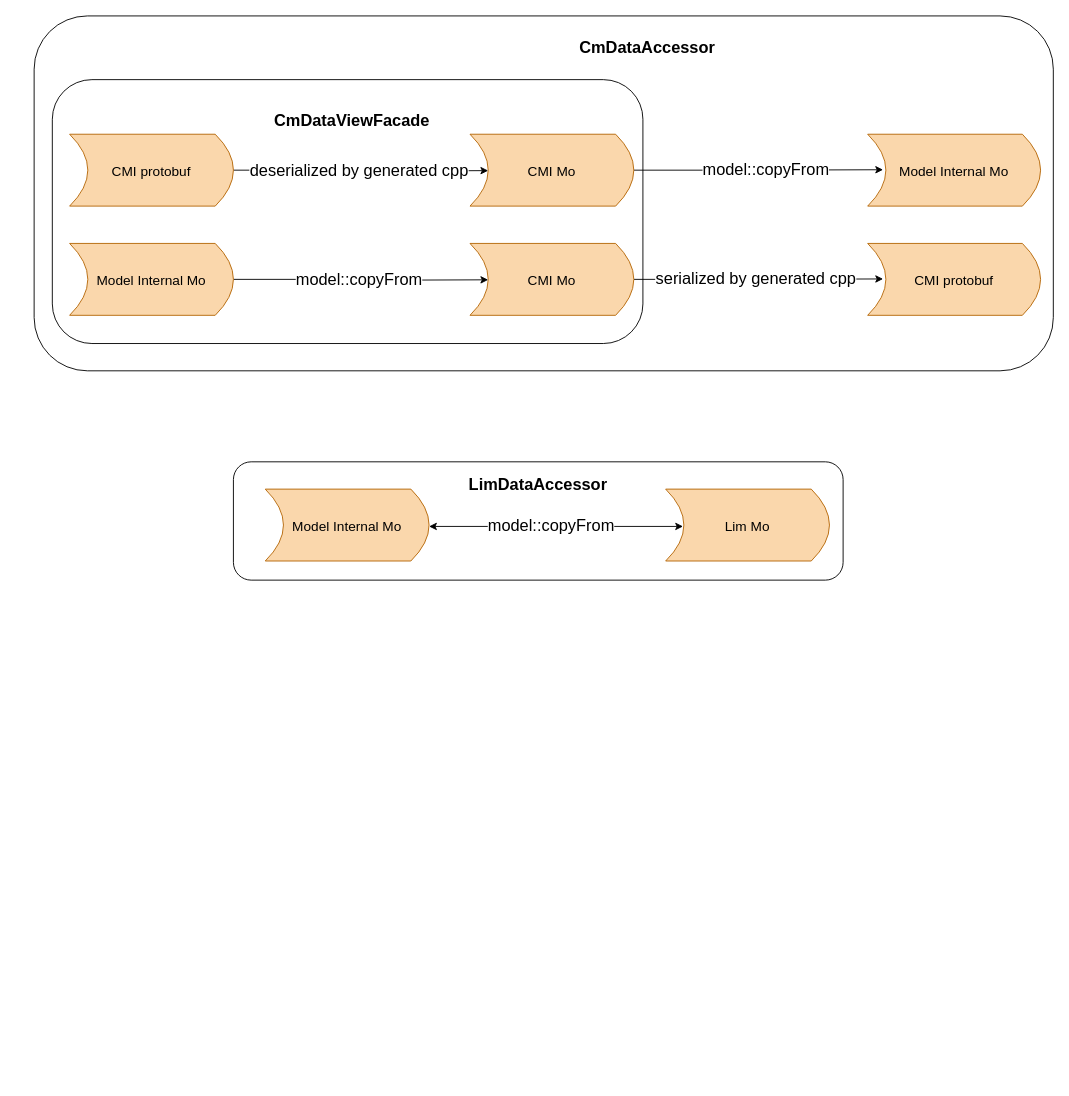
Before: cloud_model.drawio in xdlhzdh/drawio, a draw.io diagram. Source tidied: cells renumbered, new cells numbered last; positions are measured from the earlier drawing's top-left corner, leaving out a move shared by most shapes. Both pictures are drawn from the tidied source at 91%, with x=0, y=0 at pixel (34, 15).
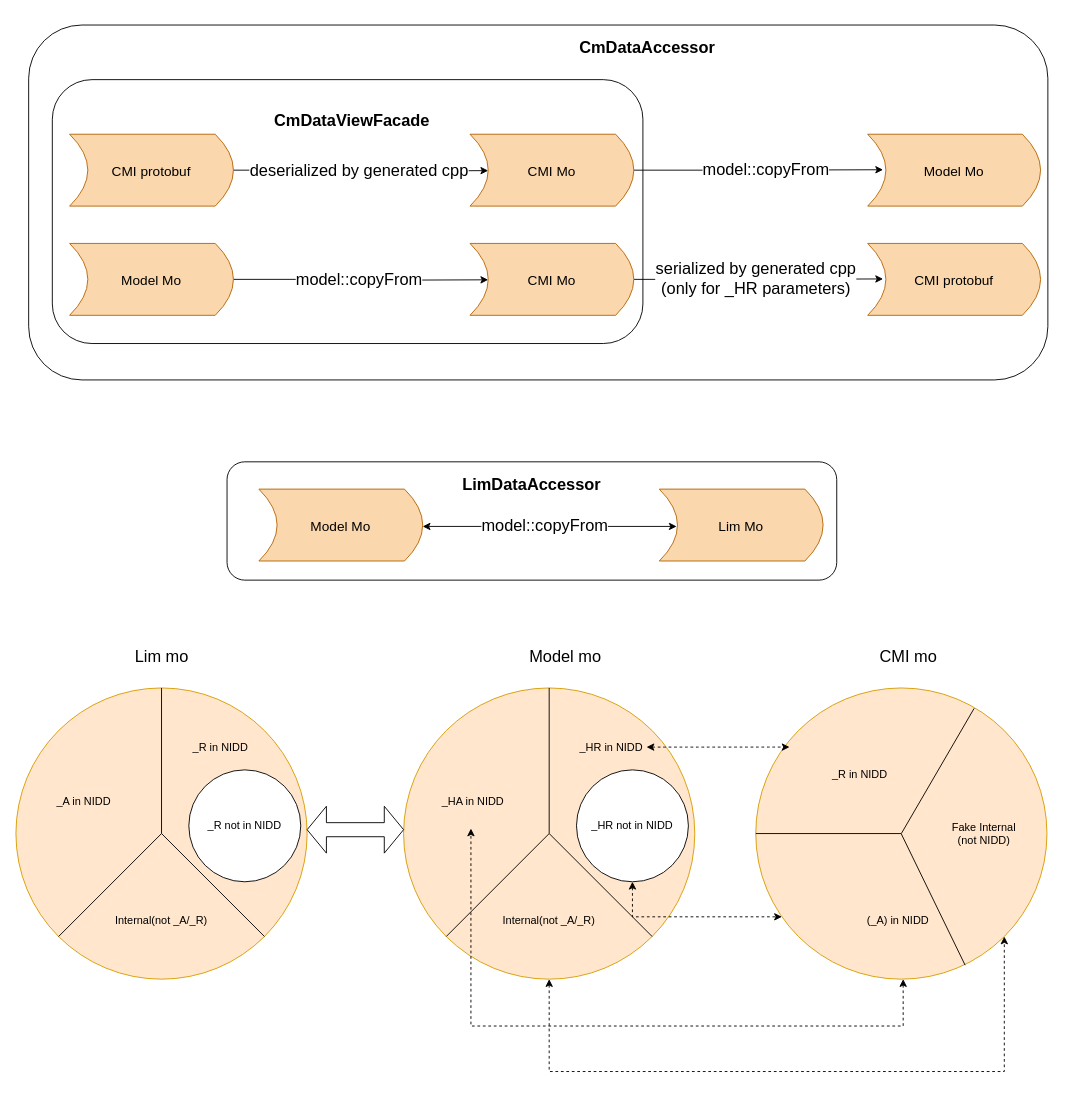
Above is the later version.

Unchanged cells that the change refers to:
```xml
<mxCell id="12" style="edgeStyle=orthogonalEdgeStyle;rounded=0;jettySize=auto;html=1;entryX=0.911;entryY=0.494;entryDx=0;entryDy=0;entryPerimeter=0;fontSize=15;" parent="1" edge="1" source="14" target="18">
  <mxGeometry relative="1" as="geometry" />
</mxCell>
```

The edit, as a diff of the source:
```diff
@@
     <mxCell id="2" style="rounded=1;whiteSpace=wrap;html=1;fontSize=18;fontColor=#00CC00;" parent="1" vertex="1">
-      <mxGeometry x="219" y="490" width="670" height="130" as="geometry" />
+      <mxGeometry x="212" y="490" width="670" height="130" as="geometry" />
     </mxCell>
     <mxCell id="3" style="rounded=1;whiteSpace=wrap;html=1;fontSize=18;" parent="1" vertex="1">
-      <mxGeometry width="1120" height="390" as="geometry" />
+      <mxGeometry x="-6" y="10" width="1120" height="390" as="geometry" />
     </mxCell>
@@
-    <mxCell id="11" value="Model Internal Mo" style="shape=dataStorage;whiteSpace=wrap;html=1;fixedSize=1;flipH=1;fontSize=15;fillColor=#fad7ac;strokeColor=#b46504;" parent="1" vertex="1">
+    <mxCell id="11" value="Model Mo" style="shape=dataStorage;whiteSpace=wrap;html=1;fixedSize=1;flipH=1;fontSize=15;fillColor=#fad7ac;strokeColor=#b46504;" parent="1" vertex="1">
       <mxGeometry x="916" y="130" width="190" height="79" as="geometry" />
     </mxCell>
@@
-    <mxCell id="13" value="serialized by generated cpp" style="edgeLabel;html=1;align=center;verticalAlign=middle;fontSize=18;" parent="12" vertex="1">
+    <mxCell id="13" value="serialized by generated cpp&lt;br&gt;(only for _HR parameters)" style="edgeLabel;html=1;align=center;verticalAlign=middle;fontSize=18;" parent="12" vertex="1">
       <mxGeometry x="0.06" y="-1" relative="1" as="geometry">
         <mxPoint x="-11" y="-2" as="offset" />
       </mxGeometry>
     </mxCell>
@@
-    <mxCell id="17" value="Model Internal Mo" style="shape=dataStorage;whiteSpace=wrap;html=1;fixedSize=1;flipH=1;fontSize=15;fillColor=#fad7ac;strokeColor=#b46504;" parent="1" vertex="1">
+    <mxCell id="17" value="Model Mo" style="shape=dataStorage;whiteSpace=wrap;html=1;fixedSize=1;flipH=1;fontSize=15;fillColor=#fad7ac;strokeColor=#b46504;" parent="1" vertex="1">
       <mxGeometry x="39" y="250" width="180" height="79" as="geometry" />
     </mxCell>
@@
     <mxCell id="19" value="Lim Mo" style="shape=dataStorage;whiteSpace=wrap;html=1;fixedSize=1;flipH=1;fontSize=15;fillColor=#fad7ac;strokeColor=#b46504;" parent="1" vertex="1">
-      <mxGeometry x="694" y="520" width="180" height="79" as="geometry" />
+      <mxGeometry x="687" y="520" width="180" height="79" as="geometry" />
     </mxCell>
-    <mxCell id="20" value="Model Internal Mo" style="shape=dataStorage;whiteSpace=wrap;html=1;fixedSize=1;flipH=1;fontSize=15;fillColor=#fad7ac;strokeColor=#b46504;" parent="1" vertex="1">
-      <mxGeometry x="254" y="520" width="180" height="79" as="geometry" />
+    <mxCell id="20" value="Model Mo" style="shape=dataStorage;whiteSpace=wrap;html=1;fixedSize=1;flipH=1;fontSize=15;fillColor=#fad7ac;strokeColor=#b46504;" parent="1" vertex="1">
+      <mxGeometry x="247" y="520" width="180" height="79" as="geometry" />
     </mxCell>
     <mxCell id="21" style="endArrow=classic;startArrow=classic;html=1;rounded=0;fontSize=18;entryX=0.894;entryY=0.519;entryDx=0;entryDy=0;entryPerimeter=0;" parent="1" edge="1" target="19">
       <mxGeometry relative="1" as="geometry">
-        <mxPoint x="434" y="561" as="sourcePoint" />
+        <mxPoint x="427" y="561" as="sourcePoint" />
       </mxGeometry>
     </mxCell>
@@
     <mxCell id="25" value="LimDataAccessor" style="text;html=1;strokeColor=none;fillColor=none;align=center;verticalAlign=middle;whiteSpace=wrap;rounded=0;fontSize=18;fontStyle=1;" parent="1" vertex="1">
-      <mxGeometry x="479" y="500" width="150" height="30" as="geometry" />
+      <mxGeometry x="472" y="500" width="150" height="30" as="geometry" />
     </mxCell>
+    <mxCell id="26" style="ellipse;whiteSpace=wrap;html=1;fillColor=#ffe6cc;strokeColor=#d79b00;" parent="1" vertex="1">
+      <mxGeometry x="406" y="738.5" width="320" height="320" as="geometry" />
+    </mxCell>
+    <mxCell id="27" style="endArrow=none;html=1;rounded=0;exitX=0.5;exitY=0;exitDx=0;exitDy=0;" parent="1" edge="1" source="26">
+      <mxGeometry relative="1" as="geometry">
+        <mxPoint x="566" y="898.5" as="targetPoint" />
+      </mxGeometry>
+    </mxCell>
+    <mxCell id="28" value="_HA in NIDD" style="text;html=1;strokeColor=none;fillColor=none;align=center;verticalAlign=middle;whiteSpace=wrap;rounded=0;" parent="1" vertex="1">
+      <mxGeometry x="446" y="848.5" width="73" height="30" as="geometry" />
+    </mxCell>
+    <mxCell id="29" value="_HR in NIDD" style="text;html=1;strokeColor=none;fillColor=none;align=center;verticalAlign=middle;whiteSpace=wrap;rounded=0;" parent="1" vertex="1">
+      <mxGeometry x="596" y="788.5" width="77" height="30" as="geometry" />
+    </mxCell>
+    <mxCell id="30" value="_HR not in NIDD" style="ellipse;whiteSpace=wrap;html=1;" parent="1" vertex="1">
+      <mxGeometry x="596" y="828.5" width="123" height="123" as="geometry" />
+    </mxCell>
+    <mxCell id="31" style="endArrow=none;html=1;rounded=0;exitX=0;exitY=1;exitDx=0;exitDy=0;" parent="1" edge="1" source="26">
+      <mxGeometry relative="1" as="geometry">
+        <mxPoint x="566" y="898.5" as="targetPoint" />
+      </mxGeometry>
+    </mxCell>
+    <mxCell id="32" style="endArrow=none;html=1;rounded=0;entryX=1;entryY=1;entryDx=0;entryDy=0;" parent="1" edge="1" target="26">
+      <mxGeometry relative="1" as="geometry">
+        <mxPoint x="566" y="898.5" as="sourcePoint" />
+      </mxGeometry>
+    </mxCell>
+    <mxCell id="33" value="Internal(not _A/_R)" style="text;html=1;strokeColor=none;fillColor=none;align=center;verticalAlign=middle;whiteSpace=wrap;rounded=0;" parent="1" vertex="1">
+      <mxGeometry x="511" y="978.5" width="110" height="30" as="geometry" />
+    </mxCell>
+    <mxCell id="34" style="ellipse;whiteSpace=wrap;html=1;fillColor=#ffe6cc;strokeColor=#d79b00;" parent="1" vertex="1">
+      <mxGeometry x="-20" y="738.5" width="320" height="320" as="geometry" />
+    </mxCell>
+    <mxCell id="35" style="endArrow=none;html=1;rounded=0;exitX=0.5;exitY=0;exitDx=0;exitDy=0;" parent="1" edge="1" source="34">
+      <mxGeometry relative="1" as="geometry">
+        <mxPoint x="140" y="898.5" as="targetPoint" />
+      </mxGeometry>
+    </mxCell>
+    <mxCell id="36" value="_A in NIDD&amp;nbsp;" style="text;html=1;strokeColor=none;fillColor=none;align=center;verticalAlign=middle;whiteSpace=wrap;rounded=0;" parent="1" vertex="1">
+      <mxGeometry x="20" y="848.5" width="73" height="30" as="geometry" />
+    </mxCell>
+    <mxCell id="37" value="_R in NIDD" style="text;html=1;strokeColor=none;fillColor=none;align=center;verticalAlign=middle;whiteSpace=wrap;rounded=0;" parent="1" vertex="1">
+      <mxGeometry x="170" y="788.5" width="70" height="30" as="geometry" />
+    </mxCell>
+    <mxCell id="38" value="_R not in NIDD" style="ellipse;whiteSpace=wrap;html=1;" parent="1" vertex="1">
+      <mxGeometry x="170" y="828.5" width="123" height="123" as="geometry" />
+    </mxCell>
+    <mxCell id="39" style="endArrow=none;html=1;rounded=0;exitX=0;exitY=1;exitDx=0;exitDy=0;" parent="1" edge="1" source="34">
+      <mxGeometry relative="1" as="geometry">
+        <mxPoint x="140" y="898.5" as="targetPoint" />
+      </mxGeometry>
+    </mxCell>
+    <mxCell id="40" style="endArrow=none;html=1;rounded=0;entryX=1;entryY=1;entryDx=0;entryDy=0;" parent="1" edge="1" target="34">
+      <mxGeometry relative="1" as="geometry">
+        <mxPoint x="140" y="898.5" as="sourcePoint" />
+      </mxGeometry>
+    </mxCell>
+    <mxCell id="41" value="Internal(not _A/_R)" style="text;html=1;strokeColor=none;fillColor=none;align=center;verticalAlign=middle;whiteSpace=wrap;rounded=0;" parent="1" vertex="1">
+      <mxGeometry x="85" y="978.5" width="110" height="30" as="geometry" />
+    </mxCell>
+    <mxCell id="42" style="ellipse;whiteSpace=wrap;html=1;fillColor=#ffe6cc;strokeColor=#d79b00;" parent="1" vertex="1">
+      <mxGeometry x="793" y="738.5" width="320" height="320" as="geometry" />
+    </mxCell>
+    <mxCell id="43" style="endArrow=none;html=1;rounded=0;exitX=0;exitY=0.5;exitDx=0;exitDy=0;" parent="1" edge="1" source="42">
+      <mxGeometry relative="1" as="geometry">
+        <mxPoint x="953" y="898.5" as="targetPoint" />
+      </mxGeometry>
+    </mxCell>
+    <mxCell id="44" value="(_A) in NIDD" style="text;html=1;strokeColor=none;fillColor=none;align=center;verticalAlign=middle;whiteSpace=wrap;rounded=0;" parent="1" vertex="1">
+      <mxGeometry x="913" y="978.5" width="73" height="30" as="geometry" />
+    </mxCell>
+    <mxCell id="45" value="_R in NIDD" style="text;html=1;strokeColor=none;fillColor=none;align=center;verticalAlign=middle;whiteSpace=wrap;rounded=0;" parent="1" vertex="1">
+      <mxGeometry x="869" y="818.5" width="77" height="30" as="geometry" />
+    </mxCell>
+    <mxCell id="46" style="endArrow=none;html=1;rounded=0;exitX=0.75;exitY=0.07;exitDx=0;exitDy=0;exitPerimeter=0;" parent="1" edge="1" source="42">
+      <mxGeometry relative="1" as="geometry">
+        <mxPoint x="953" y="898.5" as="targetPoint" />
+      </mxGeometry>
+    </mxCell>
+    <mxCell id="47" style="endArrow=classic;startArrow=classic;html=1;rounded=0;dashed=1;curved=1;exitX=1;exitY=0.5;exitDx=0;exitDy=0;entryX=0.116;entryY=0.203;entryDx=0;entryDy=0;entryPerimeter=0;" parent="1" edge="1" source="29" target="42">
+      <mxGeometry relative="1" as="geometry" />
+    </mxCell>
+    <mxCell id="48" style="endArrow=classic;startArrow=classic;html=1;rounded=0;dashed=1;edgeStyle=orthogonalEdgeStyle;exitX=0.5;exitY=1;exitDx=0;exitDy=0;" parent="1" edge="1" source="30" target="42">
+      <mxGeometry relative="1" as="geometry">
+        <Array as="points">
+          <mxPoint x="658" y="990" />
+        </Array>
+      </mxGeometry>
+    </mxCell>
+    <mxCell id="49" style="endArrow=classic;startArrow=classic;html=1;rounded=0;dashed=1;edgeStyle=orthogonalEdgeStyle;" parent="1" edge="1" source="42">
+      <mxGeometry relative="1" as="geometry">
+        <mxPoint x="480" y="893" as="targetPoint" />
+        <Array as="points">
+          <mxPoint x="955" y="1110" />
+          <mxPoint x="480" y="1110" />
+        </Array>
+      </mxGeometry>
+    </mxCell>
+    <mxCell id="50" style="shape=doubleArrow;whiteSpace=wrap;html=1;" parent="1" vertex="1">
+      <mxGeometry x="300" y="868.5" width="106" height="51.5" as="geometry" />
+    </mxCell>
+    <mxCell id="51" style="endArrow=none;html=1;rounded=0;exitX=0.719;exitY=0.952;exitDx=0;exitDy=0;exitPerimeter=0;" parent="1" edge="1" source="42">
+      <mxGeometry relative="1" as="geometry">
+        <mxPoint x="953" y="899" as="targetPoint" />
+      </mxGeometry>
+    </mxCell>
+    <mxCell id="52" value="Fake Internal&lt;br&gt;(not NIDD)" style="text;html=1;strokeColor=none;fillColor=none;align=center;verticalAlign=middle;whiteSpace=wrap;rounded=0;" parent="1" vertex="1">
+      <mxGeometry x="999" y="883.5" width="90" height="30" as="geometry" />
+    </mxCell>
+    <mxCell id="53" style="endArrow=classic;startArrow=classic;html=1;rounded=0;edgeStyle=elbowEdgeStyle;elbow=vertical;exitX=0.5;exitY=1;exitDx=0;exitDy=0;entryX=1;entryY=1;entryDx=0;entryDy=0;dashed=1;" parent="1" edge="1" source="26" target="42">
+      <mxGeometry relative="1" as="geometry">
+        <Array as="points">
+          <mxPoint x="739" y="1160" />
+          <mxPoint x="1109" y="899" />
+        </Array>
+      </mxGeometry>
+    </mxCell>
+    <mxCell id="54" value="Lim mo" style="text;html=1;strokeColor=none;fillColor=none;align=center;verticalAlign=middle;whiteSpace=wrap;rounded=0;fontSize=18;" parent="1" vertex="1">
+      <mxGeometry x="100.5" y="690" width="79" height="30" as="geometry" />
+    </mxCell>
+    <mxCell id="55" value="Model mo" style="text;html=1;strokeColor=none;fillColor=none;align=center;verticalAlign=middle;whiteSpace=wrap;rounded=0;fontSize=18;" parent="1" vertex="1">
+      <mxGeometry x="539" y="690" width="89.5" height="30" as="geometry" />
+    </mxCell>
+    <mxCell id="56" value="CMI mo" style="text;html=1;strokeColor=none;fillColor=none;align=center;verticalAlign=middle;whiteSpace=wrap;rounded=0;fontSize=18;" parent="1" vertex="1">
+      <mxGeometry x="916" y="690" width="89.5" height="30" as="geometry" />
+    </mxCell>
```
